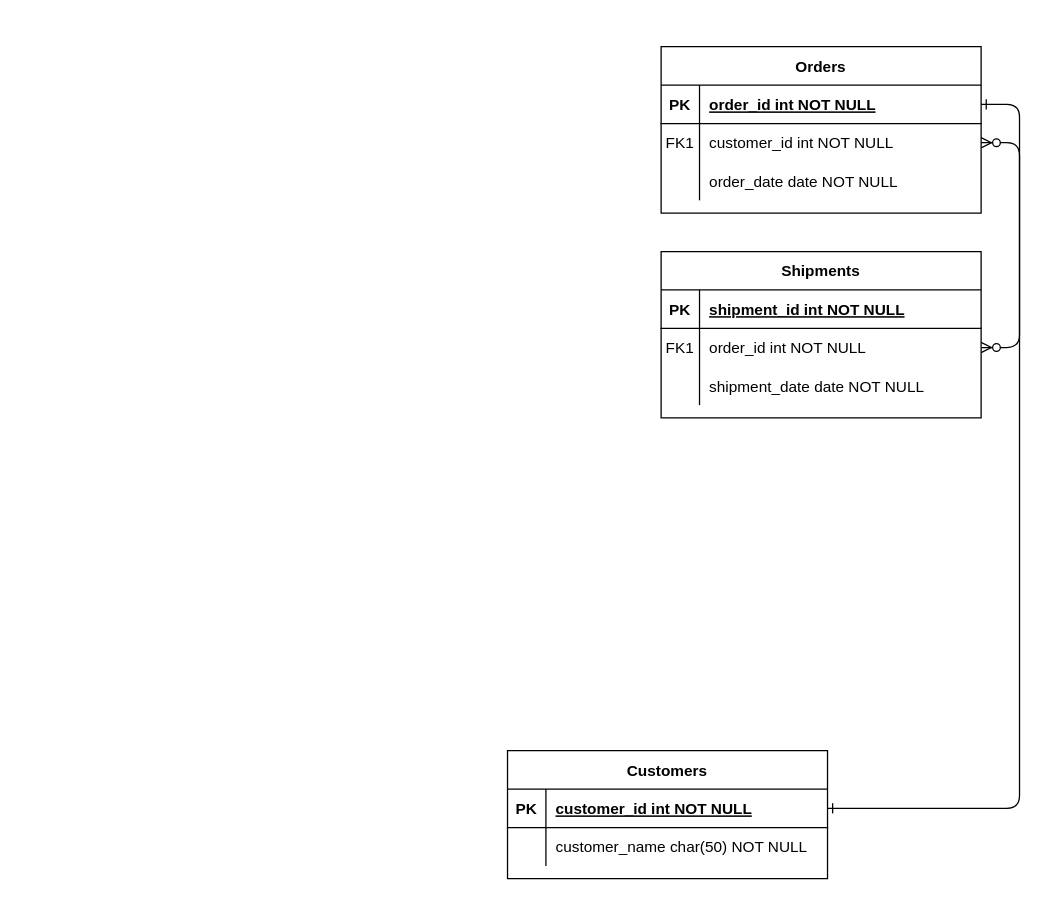
Before: Untitled Diagram.drawio in camelCaseGuy/databaseDesignDrawing, a draw.io diagram. Source tidied: cells renumbered, new cells numbered last; positions are measured from the earlier drawing's top-left corner, leaving out a move shared by most shapes. Both pictures are drawn from the tidied source at 128%, with x=0, y=0 at pixel (507, 46).
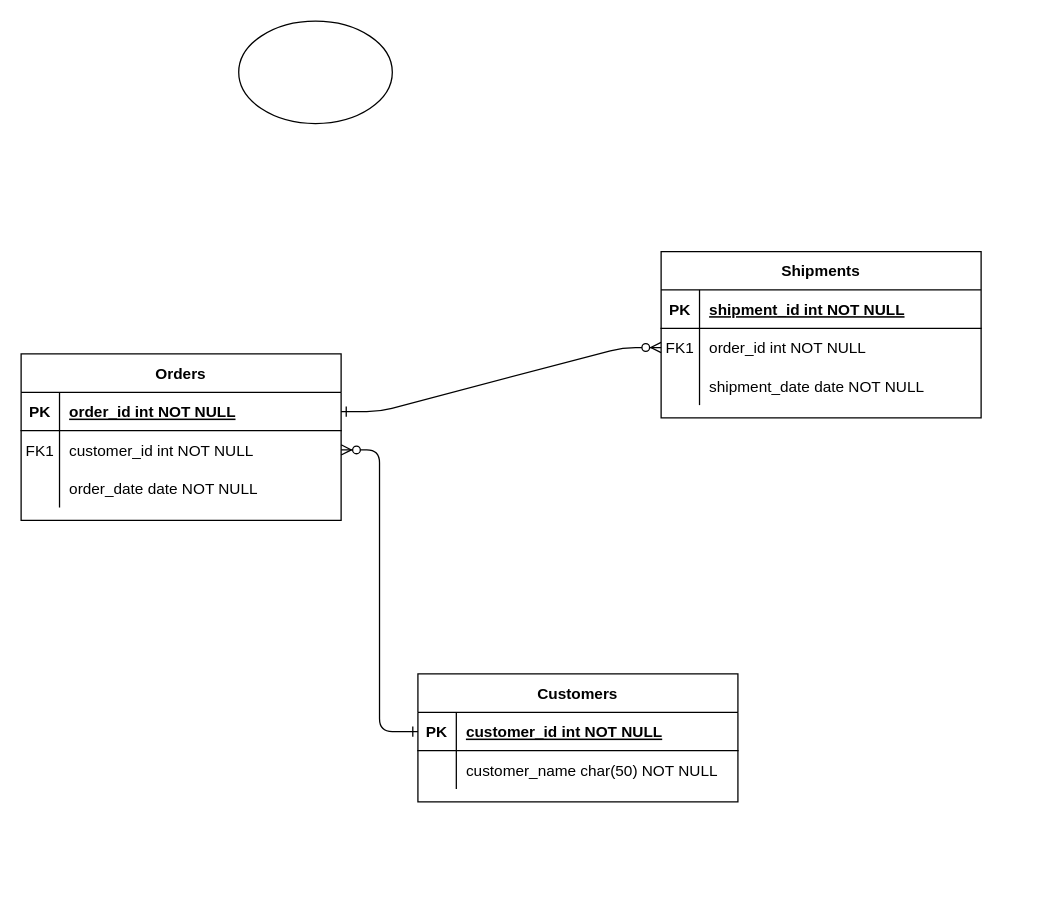
The same page after the edit.

Diff of the diagram source:
```diff
@@
     <mxCell id="4" value="Orders" style="shape=table;startSize=30;childLayout=tableLayout;rowLines=0;fontStyle=1;align=center;" parent="1" vertex="1">
-      <mxGeometry x="120" width="250" height="130" as="geometry" />
+      <mxGeometry x="-380" y="240" width="250" height="130" as="geometry" />
     </mxCell>
@@
     <mxCell id="24" value="Customers" style="shape=table;startSize=30;childLayout=tableLayout;rowLines=0;fontStyle=1;align=center;" parent="1" vertex="1">
-      <mxGeometry y="550" width="250" height="100" as="geometry" />
+      <mxGeometry x="-70" y="490" width="250" height="100" as="geometry" />
     </mxCell>
@@
+    <mxCell id="31" style="ellipse;whiteSpace=wrap;html=1;" parent="1" vertex="1">
+      <mxGeometry x="-210" y="-20" width="120" height="80" as="geometry" />
+    </mxCell>
```
